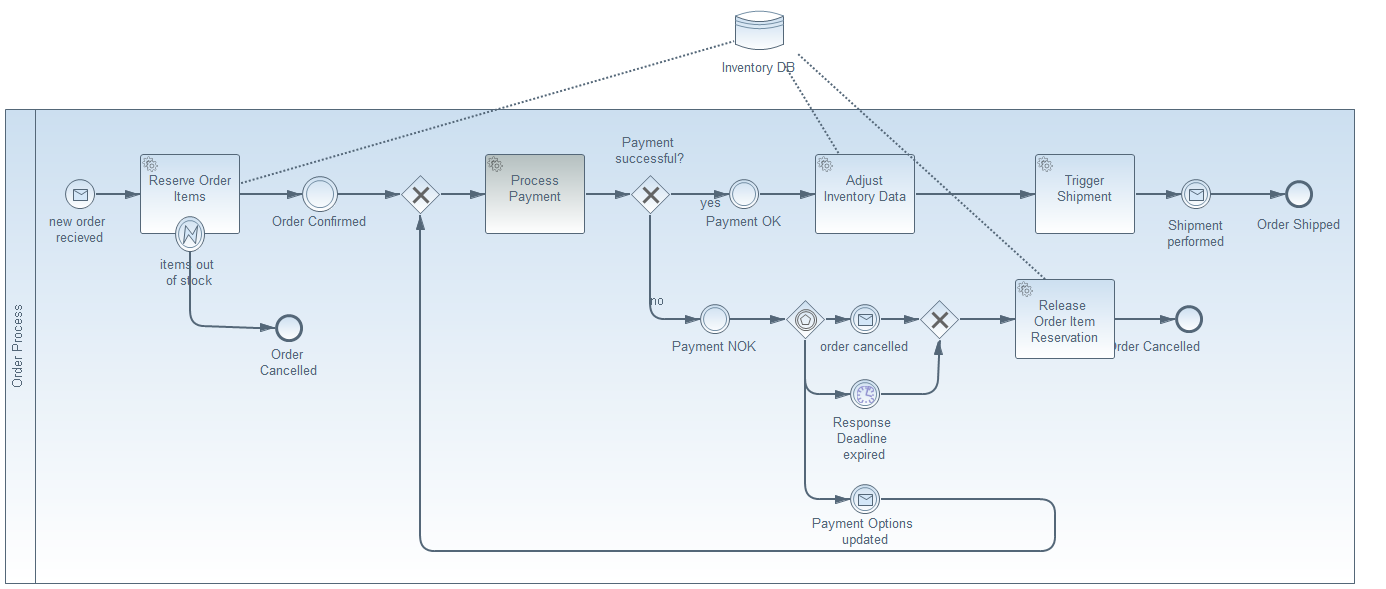
Earlier version of the BPMN export fruit-shop-app/src/main/resources/processOrder.png (meyerdan/order-processing-demo). Its source is kept beside it as fruit-shop-app/src/main/resources/processOrder.bpmn. Ids are renumbered.
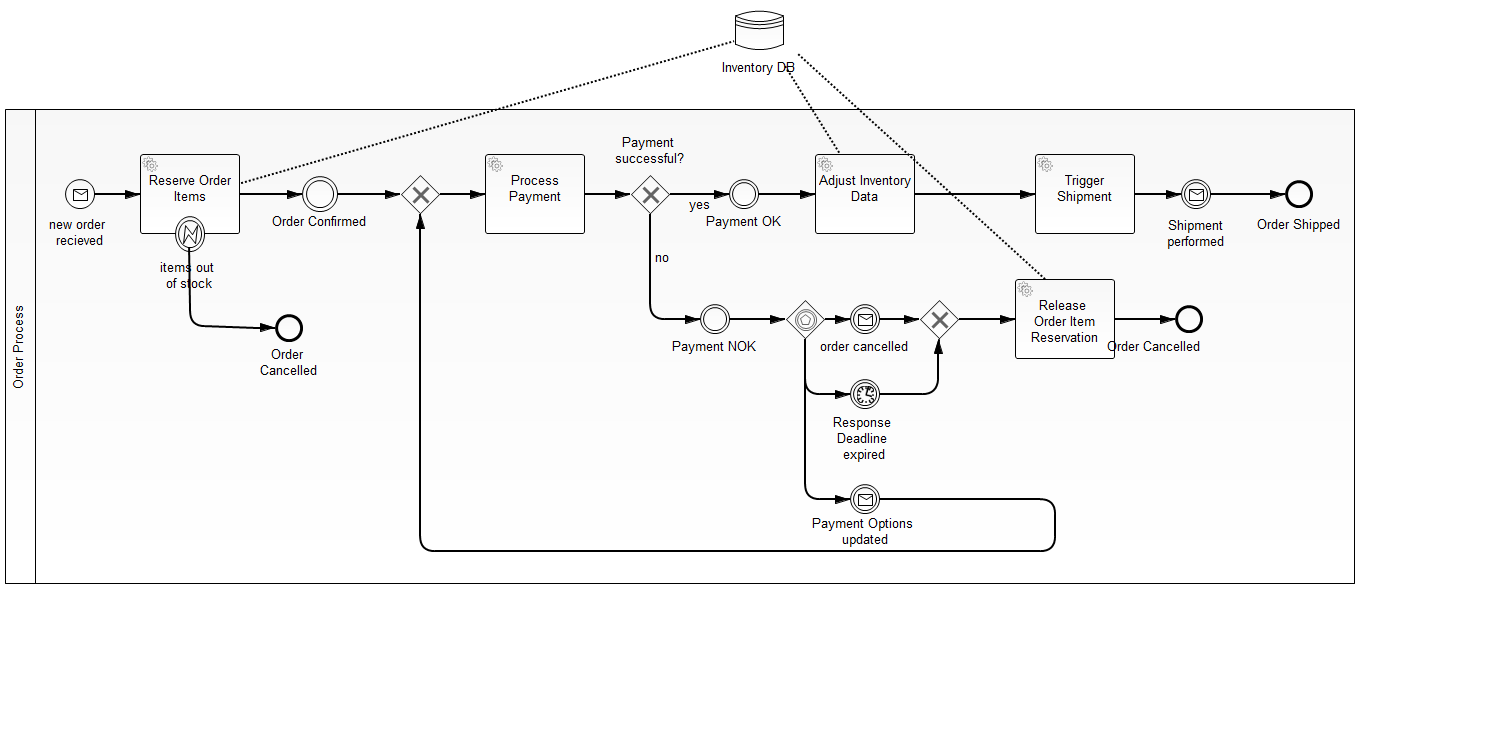
The same diagram one commit later.

The edit, as a diff of the source:
```diff
@@ -403,6 +403,9 @@
         <omgdi:waypoint xsi:type="omgdc:Point" x="645.0" y="212.0"/>
         <omgdi:waypoint xsi:type="omgdc:Point" x="645.0" y="317.0"/>
         <omgdi:waypoint xsi:type="omgdc:Point" x="695.0" y="317.0"/>
+        <bpmndi:BPMNLabel>
+          <omgdc:Bounds height="22.0" width="20.0" x="648.0" y="245.0"/>
+        </bpmndi:BPMNLabel>
       </bpmndi:BPMNEdge>
       <bpmndi:BPMNEdge id="sid-AC059BC1-8E31-4C06-968F-50EB36132215_gui" bpmnElement="sid-AC059BC1-8E31-4C06-968F-50EB36132215">
         <omgdi:waypoint xsi:type="omgdc:Point" x="820.0" y="317.0"/>
```
